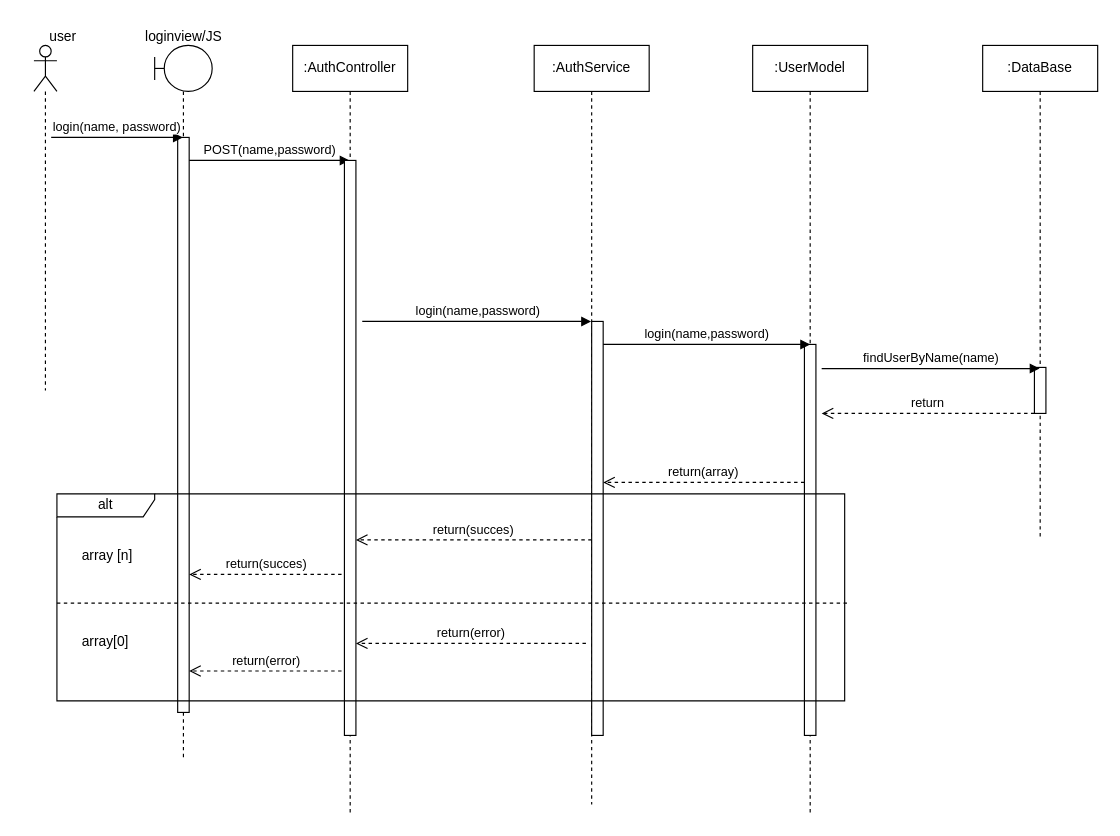
Earlier version of the draw.io diagram docs/diagram/sequence/Login.drawio (spiritou/MO_Data_Entry). Source tidied: cells renumbered, new cells numbered last; positions are measured from the earlier drawing's top-left corner, leaving out a move shared by most shapes. Both pictures are drawn from the tidied source at 115%, with x=0, y=0 at pixel (33, 20).
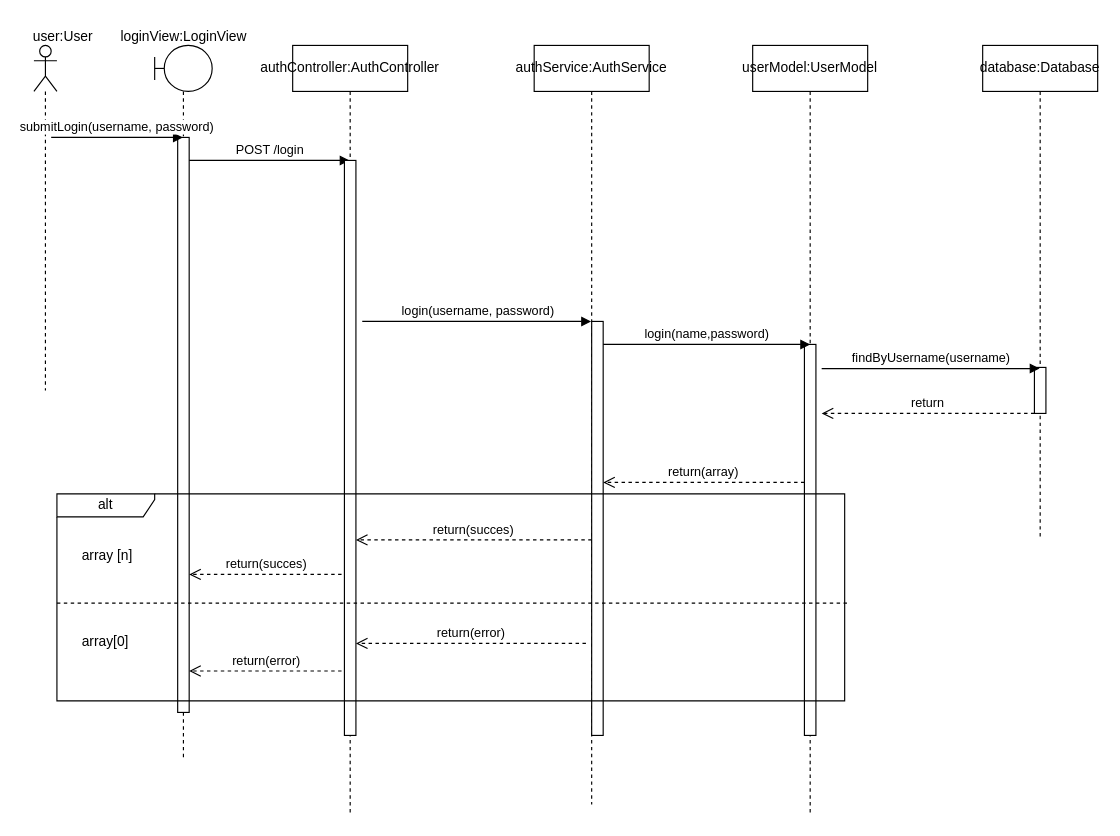
The same page after the edit.

Commit message (it also covers changes not shown here):
still setting the sqce diagram

The change refers to these unchanged cells:
```xml
<mxCell id="3" style="shape=umlLifeline;perimeter=lifelinePerimeter;whiteSpace=wrap;html=1;outlineConnect=0;portConstraint=eastwest;newEdgeStyle={&quot;curved&quot;:0,&quot;rounded&quot;:0};participant=umlBoundary;" parent="1" vertex="1">
  <mxGeometry x="105" y="22" width="50" height="620" as="geometry" />
</mxCell>
```

The edit, as a diff of the source:
```diff
@@
-    <mxCell id="5" value="user" style="text;html=1;align=center;verticalAlign=middle;strokeColor=none;fillColor=none;" parent="1" vertex="1">
+    <mxCell id="5" value="user:User" style="text;html=1;align=center;verticalAlign=middle;strokeColor=none;fillColor=none;" parent="1" vertex="1">
       <mxGeometry width="50" height="30" as="geometry" />
     </mxCell>
-    <mxCell id="6" value="loginview/JS" style="text;html=1;align=center;verticalAlign=middle;strokeColor=none;fillColor=none;" parent="1" vertex="1">
+    <mxCell id="6" value="loginView:LoginView" style="text;html=1;align=center;verticalAlign=middle;strokeColor=none;fillColor=none;" parent="1" vertex="1">
       <mxGeometry x="85" width="90" height="30" as="geometry" />
     </mxCell>
-    <mxCell id="7" value=":AuthService" style="shape=umlLifeline;perimeter=lifelinePerimeter;whiteSpace=wrap;html=1;outlineConnect=0;portConstraint=eastwest;newEdgeStyle={&quot;curved&quot;:0,&quot;rounded&quot;:0};" parent="1" vertex="1">
+    <mxCell id="7" value="authService:AuthService" style="shape=umlLifeline;perimeter=lifelinePerimeter;whiteSpace=wrap;html=1;outlineConnect=0;portConstraint=eastwest;newEdgeStyle={&quot;curved&quot;:0,&quot;rounded&quot;:0};" parent="1" vertex="1">
       <mxGeometry x="435" y="22" width="100" height="660" as="geometry" />
     </mxCell>
@@
-    <mxCell id="9" value=":UserModel" style="shape=umlLifeline;perimeter=lifelinePerimeter;whiteSpace=wrap;html=1;newEdgeStyle={&quot;curved&quot;:0,&quot;rounded&quot;:0};" parent="1" vertex="1">
+    <mxCell id="9" value="userModel:UserModel" style="shape=umlLifeline;perimeter=lifelinePerimeter;whiteSpace=wrap;html=1;newEdgeStyle={&quot;curved&quot;:0,&quot;rounded&quot;:0};" parent="1" vertex="1">
       <mxGeometry x="625" y="22" width="100" height="670" as="geometry" />
     </mxCell>
@@
-    <mxCell id="11" value="login(name, password)" style="html=1;verticalAlign=bottom;endArrow=block;curved=0;rounded=0;" parent="1" edge="1" target="3">
+    <mxCell id="11" value="submitLogin(username, password)" style="html=1;verticalAlign=bottom;endArrow=block;curved=0;rounded=0;" parent="1" edge="1" target="3">
       <mxGeometry relative="1" as="geometry">
         <mxPoint x="15" y="102" as="sourcePoint" />
       </mxGeometry>
     </mxCell>
-    <mxCell id="12" value="POST(name,password)" style="html=1;verticalAlign=bottom;endArrow=block;curved=0;rounded=0;" parent="1" edge="1">
+    <mxCell id="12" value="POST /login" style="html=1;verticalAlign=bottom;endArrow=block;curved=0;rounded=0;" parent="1" edge="1">
       <mxGeometry relative="1" as="geometry">
         <mxPoint x="135" y="122" as="sourcePoint" />
         <mxPoint x="274.5" y="122" as="targetPoint" />
       </mxGeometry>
     </mxCell>
-    <mxCell id="13" value="login(name,password)" style="html=1;verticalAlign=bottom;endArrow=block;curved=0;rounded=0;" parent="1" edge="1" target="7">
+    <mxCell id="13" value="login(username, password)" style="html=1;verticalAlign=bottom;endArrow=block;curved=0;rounded=0;" parent="1" edge="1" target="7">
       <mxGeometry relative="1" as="geometry">
         <mxPoint x="285.5" y="262" as="sourcePoint" />
       </mxGeometry>
     </mxCell>
-    <mxCell id="14" value=":AuthController" style="shape=umlLifeline;perimeter=lifelinePerimeter;whiteSpace=wrap;html=1;newEdgeStyle={&quot;curved&quot;:0,&quot;rounded&quot;:0};" parent="1" vertex="1">
+    <mxCell id="14" value="authController:AuthController" style="shape=umlLifeline;perimeter=lifelinePerimeter;whiteSpace=wrap;html=1;newEdgeStyle={&quot;curved&quot;:0,&quot;rounded&quot;:0};" parent="1" vertex="1">
       <mxGeometry x="225" y="22" width="100" height="670" as="geometry" />
     </mxCell>
@@
-    <mxCell id="16" value=":DataBase" style="shape=umlLifeline;perimeter=lifelinePerimeter;whiteSpace=wrap;html=1;outlineConnect=0;portConstraint=eastwest;newEdgeStyle={&quot;curved&quot;:0,&quot;rounded&quot;:0};" parent="1" vertex="1">
+    <mxCell id="16" value="database:Database" style="shape=umlLifeline;perimeter=lifelinePerimeter;whiteSpace=wrap;html=1;outlineConnect=0;portConstraint=eastwest;newEdgeStyle={&quot;curved&quot;:0,&quot;rounded&quot;:0};" parent="1" vertex="1">
       <mxGeometry x="825" y="22" width="100" height="430" as="geometry" />
     </mxCell>
@@
-    <mxCell id="18" value="findUserByName(name)" style="html=1;verticalAlign=bottom;endArrow=block;curved=0;rounded=0;" parent="1" edge="1" target="16">
+    <mxCell id="18" value="findByUsername(username)" style="html=1;verticalAlign=bottom;endArrow=block;curved=0;rounded=0;" parent="1" edge="1" target="16">
       <mxGeometry relative="1" as="geometry">
         <mxPoint x="685" y="303" as="sourcePoint" />
       </mxGeometry>
     </mxCell>
```
